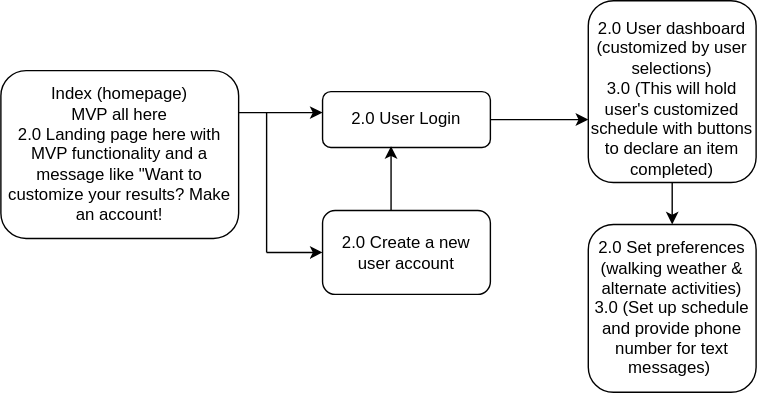
CovenantHuman/user-flow-diagram keeps this draw.io diagram as User Flow Diagram.drawio.svg. Above is the earlier version. Source tidied: cells renumbered, new cells last; positions are measured from the earlier drawing's top-left corner, leaving out a move shared by most shapes. Its diagram source:
```xml
<mxGraphModel>
  <root>
    <mxCell id="0" />
    <mxCell id="1" parent="0" />
    <mxCell id="2" value="Index (homepage)&lt;br&gt;MVP all here&lt;br&gt;2.0 Landing page here with MVP functionality and a message like &quot;Want to customize your results? Make an account!" style="rounded=1;whiteSpace=wrap;html=1;fontSize=12;glass=0;strokeWidth=1;shadow=0;" parent="1" vertex="1">
      <mxGeometry y="50" width="170" height="120" as="geometry" />
    </mxCell>
    <mxCell id="3" value="2.0 User Login" style="rounded=1;whiteSpace=wrap;html=1;fontSize=12;glass=0;strokeWidth=1;shadow=0;" parent="1" vertex="1">
      <mxGeometry x="230" y="65" width="120" height="40" as="geometry" />
    </mxCell>
    <mxCell id="4" style="rounded=1;whiteSpace=wrap;html=1;" parent="1" vertex="1">
      <mxGeometry x="230" y="150" width="120" height="60" as="geometry" />
    </mxCell>
    <mxCell id="5" value="2.0 Create a new user account" style="text;html=1;strokeColor=none;fillColor=none;align=center;verticalAlign=middle;whiteSpace=wrap;rounded=0;" parent="1" vertex="1">
      <mxGeometry x="230" y="150" width="120" height="60" as="geometry" />
    </mxCell>
    <mxCell id="6" style="endArrow=classic;html=1;rounded=0;" parent="1" edge="1">
      <mxGeometry relative="1" as="geometry">
        <mxPoint x="190" y="180" as="sourcePoint" />
        <mxPoint x="230" y="180" as="targetPoint" />
      </mxGeometry>
    </mxCell>
    <mxCell id="7" style="endArrow=none;html=1;rounded=0;" parent="1" edge="1">
      <mxGeometry relative="1" as="geometry">
        <mxPoint x="190" y="180" as="sourcePoint" />
        <mxPoint x="190" y="80" as="targetPoint" />
      </mxGeometry>
    </mxCell>
    <mxCell id="8" style="endArrow=classic;html=1;rounded=0;exitX=1;exitY=0.25;exitDx=0;exitDy=0;" parent="1" edge="1" source="2">
      <mxGeometry relative="1" as="geometry">
        <mxPoint x="230" y="80" as="targetPoint" />
      </mxGeometry>
    </mxCell>
    <mxCell id="9" style="endArrow=classic;html=1;rounded=0;entryX=0.408;entryY=0.975;entryDx=0;entryDy=0;entryPerimeter=0;" parent="1" edge="1" target="3">
      <mxGeometry relative="1" as="geometry">
        <mxPoint x="279" y="150" as="sourcePoint" />
      </mxGeometry>
    </mxCell>
    <mxCell id="10" style="rounded=1;whiteSpace=wrap;html=1;" parent="1" vertex="1">
      <mxGeometry x="420" width="120" height="130" as="geometry" />
    </mxCell>
    <mxCell id="11" value="2.0 User dashboard&lt;br&gt;(customized by user selections)&lt;br&gt;3.0 (This will hold user's customized schedule with buttons to declare an item completed)" style="text;html=1;strokeColor=none;fillColor=none;align=center;verticalAlign=middle;whiteSpace=wrap;rounded=0;" parent="1" vertex="1">
      <mxGeometry x="420" y="50" width="120" height="40" as="geometry" />
    </mxCell>
    <mxCell id="12" style="endArrow=classic;html=1;rounded=0;exitX=1;exitY=0.5;exitDx=0;exitDy=0;" parent="1" edge="1" source="3">
      <mxGeometry relative="1" as="geometry">
        <mxPoint x="420" y="85" as="targetPoint" />
      </mxGeometry>
    </mxCell>
    <mxCell id="13" value="2.0 Set preferences (walking weather &amp;amp; alternate activities)&lt;br&gt;3.0 (Set up schedule and provide phone number for text messages)&amp;nbsp;" style="rounded=1;whiteSpace=wrap;html=1;" parent="1" vertex="1">
      <mxGeometry x="420" y="160" width="120" height="120" as="geometry" />
    </mxCell>
    <mxCell id="14" style="endArrow=classic;html=1;rounded=0;entryX=0.5;entryY=0;entryDx=0;entryDy=0;" parent="1" edge="1" target="13">
      <mxGeometry relative="1" as="geometry">
        <mxPoint x="480" y="130" as="sourcePoint" />
      </mxGeometry>
    </mxCell>
  </root>
</mxGraphModel>
```
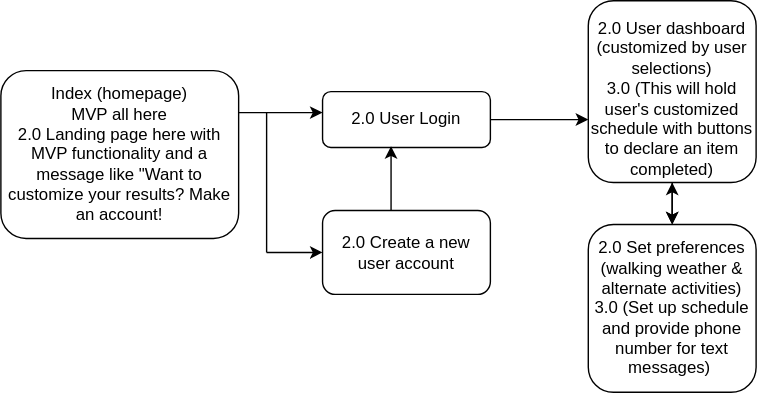
The same file after the commit.

The edit, as a diff of the source:
```diff
@@ -55,5 +55,8 @@
         <mxPoint x="480" y="130" as="sourcePoint" />
       </mxGeometry>
     </mxCell>
+    <mxCell id="15" style="endArrow=classic;startArrow=classic;html=1;rounded=0;entryX=0.5;entryY=1;entryDx=0;entryDy=0;exitX=0.5;exitY=0;exitDx=0;exitDy=0;" parent="1" edge="1" source="13" target="10">
+      <mxGeometry relative="1" as="geometry" />
+    </mxCell>
   </root>
 </mxGraphModel>
```
